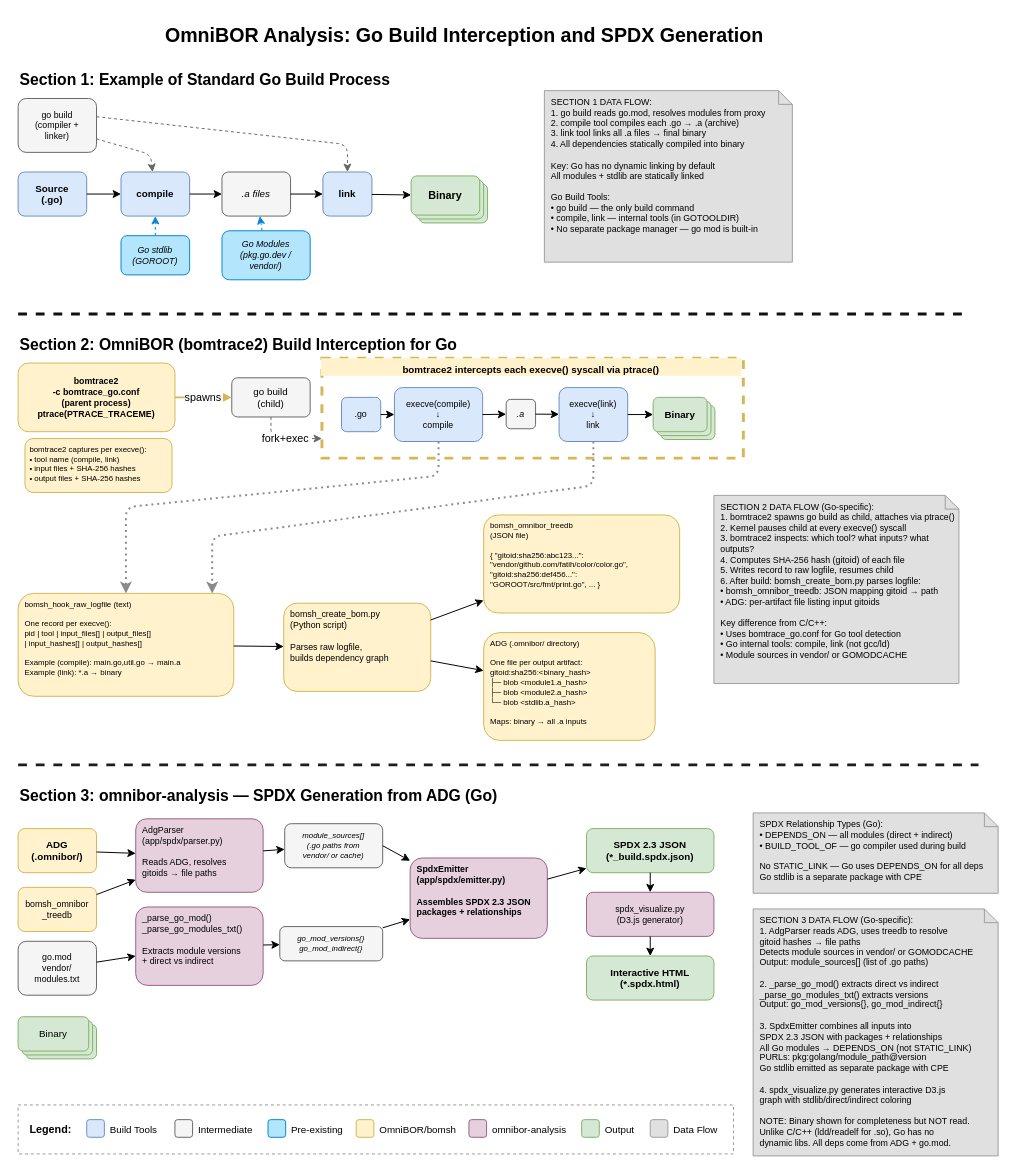
The draw.io diagram docs/sidecar/go/go-build-interception.drawio in tedg-dev/bisbom-gen, before the edit. Source tidied: cells renumbered, new cells numbered last; positions are measured from the earlier drawing's top-left corner, leaving out a move shared by most shapes. Both pictures are drawn from the tidied source at 98%, with x=0, y=0 at pixel (18, 17).
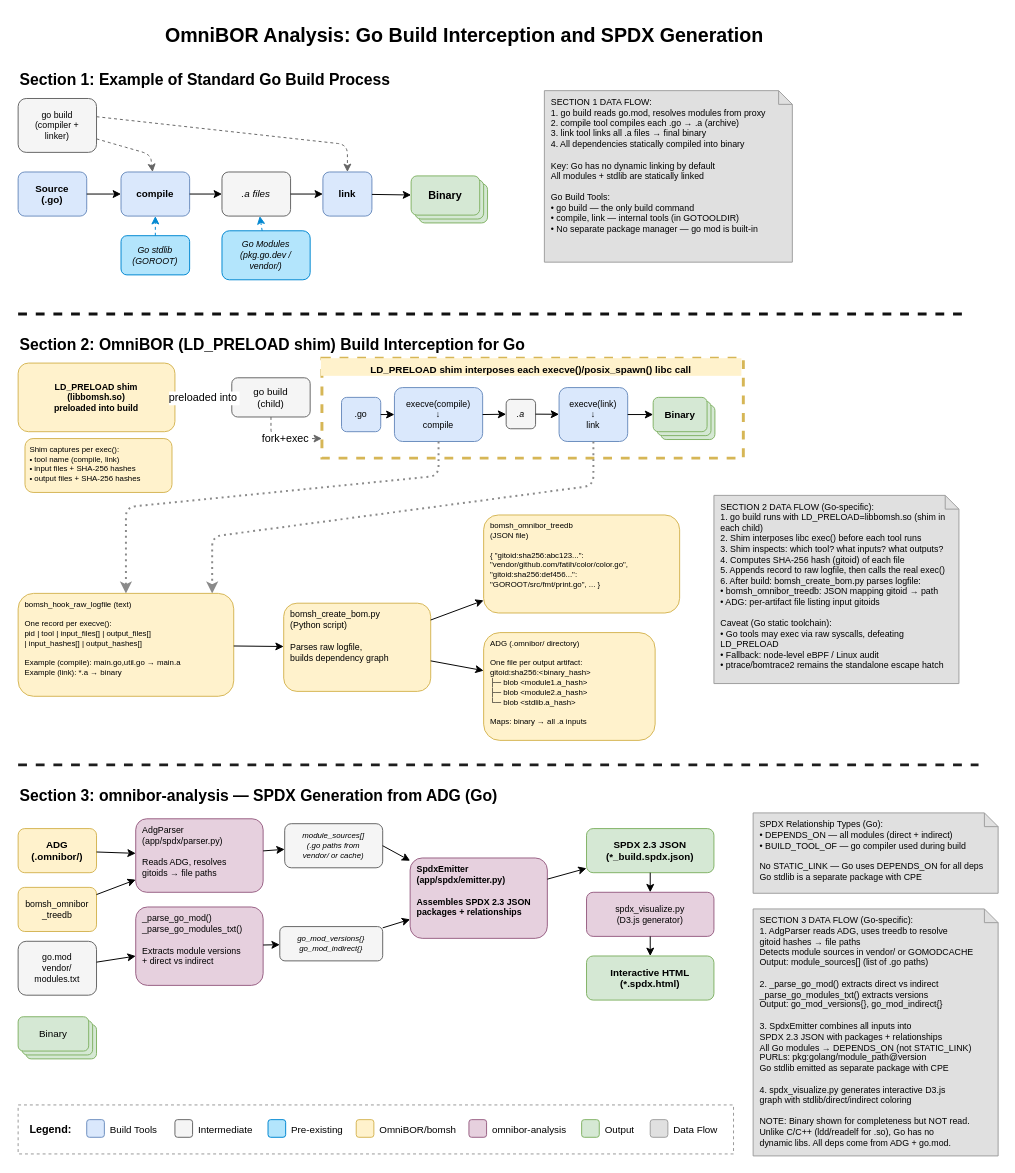
The same page after the edit.

The change refers to these unchanged cells:
```xml
<mxCell id="41" value="go build&#10;(child)" style="rounded=1;fillColor=#f5f5f5;strokeColor=#666666;fontSize=10;" parent="1" vertex="1">
  <mxGeometry x="218" y="368" width="80" height="40" as="geometry" />
</mxCell>
```

Change to the diagram source:
```diff
@@
-    <mxCell id="39" value="Section 2: OmniBOR (bomtrace2) Build Interception for Go" style="text;html=1;fontSize=16;fontStyle=1;" parent="1" vertex="1">
+    <mxCell id="39" value="Section 2: OmniBOR (LD_PRELOAD shim) Build Interception for Go" style="text;html=1;fontSize=16;fontStyle=1;" parent="1" vertex="1">
       <mxGeometry y="318" width="500" height="25" as="geometry" />
     </mxCell>
-    <mxCell id="40" value="bomtrace2&#10;-c bomtrace_go.conf&#10;(parent process)&#10;ptrace(PTRACE_TRACEME)" style="rounded=1;fillColor=#fff2cc;strokeColor=#d6b656;fontSize=9;fontStyle=1;" parent="1" vertex="1">
+    <mxCell id="40" value="LD_PRELOAD shim&#10;(libbomsh.so)&#10;preloaded into build" style="rounded=1;fillColor=#fff2cc;strokeColor=#d6b656;fontSize=9;fontStyle=1;" parent="1" vertex="1">
       <mxGeometry y="353" width="160" height="70" as="geometry" />
     </mxCell>
@@
-    <mxCell id="43" value="bomtrace2 intercepts each execve() syscall via ptrace()" style="text;fillColor=#fff2cc;strokeColor=none;fontSize=10;fontStyle=1;align=center;" parent="1" vertex="1">
+    <mxCell id="43" value="LD_PRELOAD shim interposes each execve()/posix_spawn() libc call" style="text;fillColor=#fff2cc;strokeColor=none;fontSize=10;fontStyle=1;align=center;" parent="1" vertex="1">
       <mxGeometry x="309" y="348" width="429" height="18" as="geometry" />
     </mxCell>
@@
-    <mxCell id="55" value="spawns" style="strokeColor=#d6b656;strokeWidth=2;" parent="1" edge="1" source="40" target="41">
+    <mxCell id="55" value="preloaded into" style="strokeColor=#d6b656;strokeWidth=2;" parent="1" edge="1" source="40" target="41">
       <mxGeometry relative="1" as="geometry" />
     </mxCell>
@@
-    <mxCell id="59" value="bomtrace2 captures per execve():&#10;• tool name (compile, link)&#10;• input files + SHA-256 hashes&#10;• output files + SHA-256 hashes" style="text;fillColor=#fff2cc;strokeColor=#d6b656;fontSize=8;align=left;spacingLeft=3;verticalAlign=top;rounded=1;" parent="1" vertex="1">
+    <mxCell id="59" value="Shim captures per exec():&#10;• tool name (compile, link)&#10;• input files + SHA-256 hashes&#10;• output files + SHA-256 hashes" style="text;fillColor=#fff2cc;strokeColor=#d6b656;fontSize=8;align=left;spacingLeft=3;verticalAlign=top;rounded=1;" parent="1" vertex="1">
       <mxGeometry x="7" y="430" width="150" height="55" as="geometry" />
     </mxCell>
@@
-    <mxCell id="67" value="SECTION 2 DATA FLOW (Go-specific):&#10;1. bomtrace2 spawns go build as child, attaches via ptrace()&#10;2. Kernel pauses child at every execve() syscall&#10;3. bomtrace2 inspects: which tool? what inputs? what outputs?&#10;4. Computes SHA-256 hash (gitoid) of each file&#10;5. Writes record to raw logfile, resumes child&#10;6. After build: bomsh_create_bom.py parses logfile:&#10;   • bomsh_omnibor_treedb: JSON mapping gitoid → path&#10;   • ADG: per-artifact file listing input gitoids&#10;&#10;Key difference from C/C++:&#10;• Uses bomtrace_go.conf for Go tool detection&#10;• Go internal tools: compile, link (not gcc/ld)&#10;• Module sources in vendor/ or GOMODCACHE" style="shape=note;size=14;fillColor=#e0e0e0;strokeColor=#9e9e9e;fontSize=9;align=left;spacingLeft=5;verticalAlign=top;whiteSpace=wrap;" parent="1" vertex="1">
+    <mxCell id="67" value="SECTION 2 DATA FLOW (Go-specific):&#10;1. go build runs with LD_PRELOAD=libbomsh.so (shim in each child)&#10;2. Shim interposes libc exec() before each tool runs&#10;3. Shim inspects: which tool? what inputs? what outputs?&#10;4. Computes SHA-256 hash (gitoid) of each file&#10;5. Appends record to raw logfile, then calls the real exec()&#10;6. After build: bomsh_create_bom.py parses logfile:&#10;   • bomsh_omnibor_treedb: JSON mapping gitoid → path&#10;   • ADG: per-artifact file listing input gitoids&#10;&#10;Caveat (Go static toolchain):&#10;• Go tools may exec via raw syscalls, defeating LD_PRELOAD&#10;• Fallback: node-level eBPF / Linux audit&#10;• ptrace/bomtrace2 remains the standalone escape hatch" style="shape=note;size=14;fillColor=#e0e0e0;strokeColor=#9e9e9e;fontSize=9;align=left;spacingLeft=5;verticalAlign=top;whiteSpace=wrap;" parent="1" vertex="1">
       <mxGeometry x="710" y="488" width="250" height="192" as="geometry" />
     </mxCell>
```
